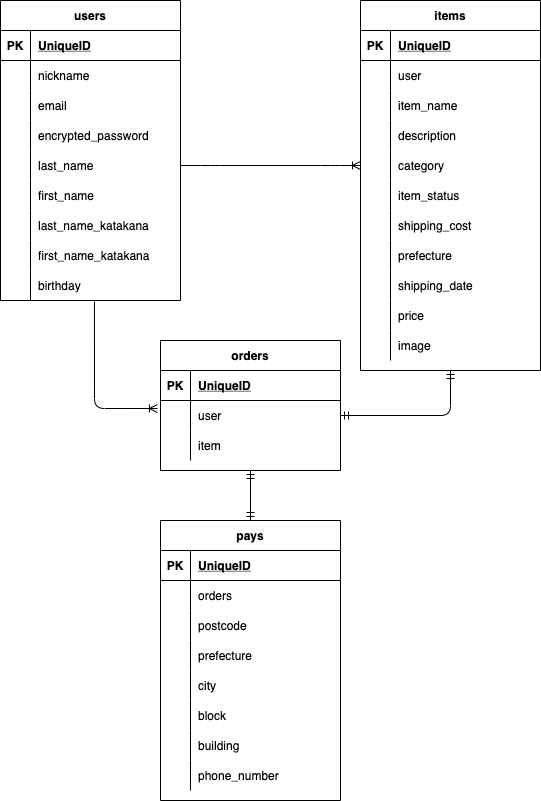
norikoda/furima-37385 keeps this draw.io diagram as furima.drawio.png. Above is the earlier version. Source tidied: cells renumbered, new cells last; positions are measured from the earlier drawing's top-left corner, leaving out a move shared by most shapes.
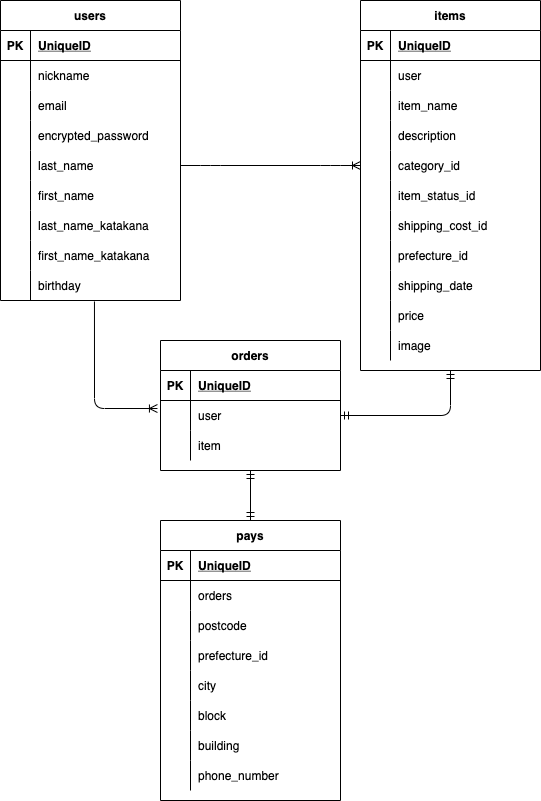
The same file after the commit.

What changed in the source:
```diff
@@ -131,7 +131,7 @@
     <mxCell id="44" style="shape=partialRectangle;fillColor=none;top=0;left=0;bottom=0;right=0;overflow=hidden;" parent="43" vertex="1">
       <mxGeometry width="30" height="30" as="geometry" />
     </mxCell>
-    <mxCell id="45" value="category" style="shape=partialRectangle;fillColor=none;top=0;left=0;bottom=0;right=0;align=left;spacingLeft=6;overflow=hidden;" parent="43" vertex="1">
+    <mxCell id="45" value="category_id" style="shape=partialRectangle;fillColor=none;top=0;left=0;bottom=0;right=0;align=left;spacingLeft=6;overflow=hidden;" parent="43" vertex="1">
       <mxGeometry x="30" width="150" height="30" as="geometry" />
     </mxCell>
     <mxCell id="46" style="shape=partialRectangle;fillColor=none;top=0;left=0;bottom=0;right=0;" parent="30" vertex="1">
@@ -140,7 +140,7 @@
     <mxCell id="47" style="shape=partialRectangle;fillColor=none;top=0;left=0;bottom=0;right=0;overflow=hidden;" parent="46" vertex="1">
       <mxGeometry width="30" height="30" as="geometry" />
     </mxCell>
-    <mxCell id="48" value="item_status" style="shape=partialRectangle;fillColor=none;top=0;left=0;bottom=0;right=0;align=left;spacingLeft=6;overflow=hidden;" parent="46" vertex="1">
+    <mxCell id="48" value="item_status_id" style="shape=partialRectangle;fillColor=none;top=0;left=0;bottom=0;right=0;align=left;spacingLeft=6;overflow=hidden;" parent="46" vertex="1">
       <mxGeometry x="30" width="150" height="30" as="geometry" />
     </mxCell>
     <mxCell id="49" style="shape=partialRectangle;fillColor=none;top=0;left=0;bottom=0;right=0;" parent="30" vertex="1">
@@ -149,7 +149,7 @@
     <mxCell id="50" style="shape=partialRectangle;fillColor=none;top=0;left=0;bottom=0;right=0;overflow=hidden;" parent="49" vertex="1">
       <mxGeometry width="30" height="30" as="geometry" />
     </mxCell>
-    <mxCell id="51" value="shipping_cost" style="shape=partialRectangle;fillColor=none;top=0;left=0;bottom=0;right=0;align=left;spacingLeft=6;overflow=hidden;" parent="49" vertex="1">
+    <mxCell id="51" value="shipping_cost_id" style="shape=partialRectangle;fillColor=none;top=0;left=0;bottom=0;right=0;align=left;spacingLeft=6;overflow=hidden;" parent="49" vertex="1">
       <mxGeometry x="30" width="150" height="30" as="geometry" />
     </mxCell>
     <mxCell id="52" style="shape=partialRectangle;fillColor=none;top=0;left=0;bottom=0;right=0;" parent="30" vertex="1">
@@ -158,7 +158,7 @@
     <mxCell id="53" style="shape=partialRectangle;fillColor=none;top=0;left=0;bottom=0;right=0;overflow=hidden;" parent="52" vertex="1">
       <mxGeometry width="30" height="30" as="geometry" />
     </mxCell>
-    <mxCell id="54" value="prefecture" style="shape=partialRectangle;fillColor=none;top=0;left=0;bottom=0;right=0;align=left;spacingLeft=6;overflow=hidden;" parent="52" vertex="1">
+    <mxCell id="54" value="prefecture_id" style="shape=partialRectangle;fillColor=none;top=0;left=0;bottom=0;right=0;align=left;spacingLeft=6;overflow=hidden;" parent="52" vertex="1">
       <mxGeometry x="30" width="150" height="30" as="geometry" />
     </mxCell>
     <mxCell id="55" style="shape=partialRectangle;fillColor=none;top=0;left=0;bottom=0;right=0;" parent="30" vertex="1">
@@ -257,7 +257,7 @@
     <mxCell id="86" style="shape=partialRectangle;fillColor=none;top=0;left=0;bottom=0;right=0;overflow=hidden;" parent="85" vertex="1">
       <mxGeometry width="30" height="30" as="geometry" />
     </mxCell>
-    <mxCell id="87" value="prefecture" style="shape=partialRectangle;fillColor=none;top=0;left=0;bottom=0;right=0;align=left;spacingLeft=6;overflow=hidden;" parent="85" vertex="1">
+    <mxCell id="87" value="prefecture_id" style="shape=partialRectangle;fillColor=none;top=0;left=0;bottom=0;right=0;align=left;spacingLeft=6;overflow=hidden;" parent="85" vertex="1">
       <mxGeometry x="30" width="150" height="30" as="geometry" />
     </mxCell>
     <mxCell id="88" style="shape=partialRectangle;fillColor=none;top=0;left=0;bottom=0;right=0;" parent="75" vertex="1">
```
